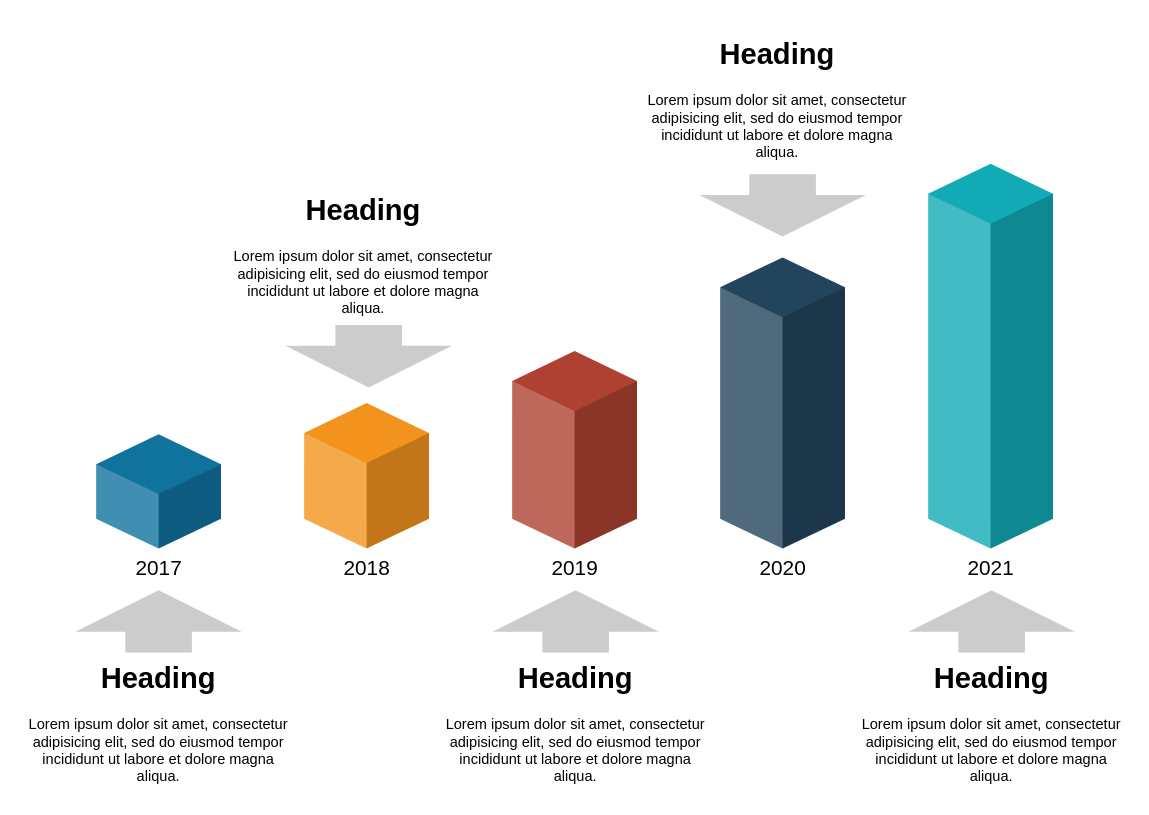
Above: 未命名绘图.drawio in xkf163/EFUploader (draw.io), before the change. Source tidied: cells renumbered, new cells numbered last; positions are measured from the earlier drawing's top-left corner, leaving out a move shared by most shapes. Both pictures are drawn from the tidied source at 104%, with x=0, y=0 at pixel (18, 28).
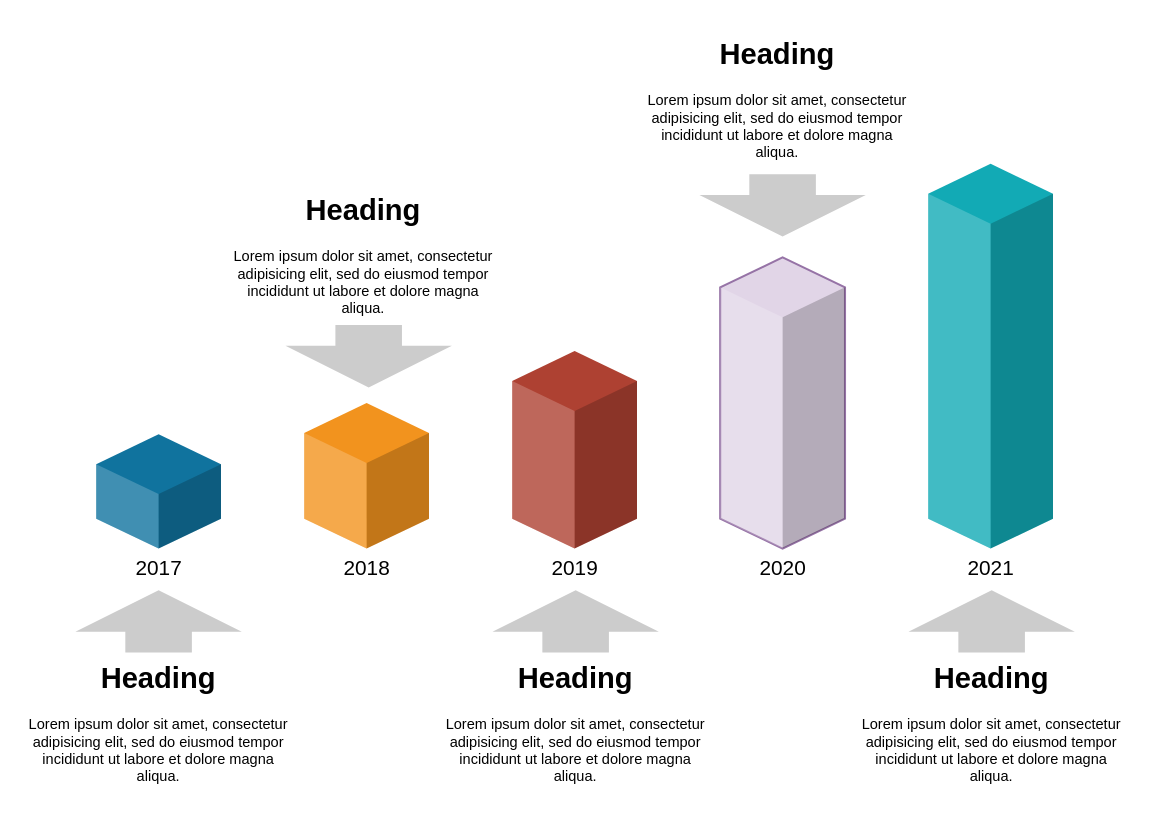
The same diagram, later.

Commit message:
更新未命名绘图.drawio

The edit, as a diff of the source:
```diff
@@
 <mxGraphModel>
   <root>
     <mxCell id="0" />
     <mxCell id="1" parent="0" />
     <mxCell id="2" style="html=1;shadow=0;dashed=0;align=center;verticalAlign=middle;shape=mxgraph.arrows2.arrow;dy=0.6;dx=40;direction=north;notch=0;strokeWidth=2;fillColor=#CCCCCC;fontSize=14;fontColor=#000000;strokeColor=none;" parent="1" vertex="1">
       <mxGeometry x="55" y="540" width="160" height="60" as="geometry" />
     </mxCell>
     <mxCell id="3" value="2017" style="verticalLabelPosition=bottom;verticalAlign=top;html=1;shape=mxgraph.infographic.shadedCube;isoAngle=15;fillColor=#10739E;strokeColor=none;fontFamily=Helvetica;fontSize=20;align=center;strokeWidth=2;" parent="1" vertex="1">
       <mxGeometry x="75" y="390" width="120" height="110" as="geometry" />
     </mxCell>
     <mxCell id="4" value="2018" style="verticalLabelPosition=bottom;verticalAlign=top;html=1;shape=mxgraph.infographic.shadedCube;isoAngle=15;fillColor=#F2931E;strokeColor=none;fontFamily=Helvetica;fontSize=20;align=center;strokeWidth=2;" parent="1" vertex="1">
       <mxGeometry x="275" y="360" width="120" height="140" as="geometry" />
     </mxCell>
     <mxCell id="5" value="2019" style="verticalLabelPosition=bottom;verticalAlign=top;html=1;shape=mxgraph.infographic.shadedCube;isoAngle=15;fillColor=#AE4132;strokeColor=none;fontFamily=Helvetica;fontSize=20;align=center;strokeWidth=2;" parent="1" vertex="1">
       <mxGeometry x="475" y="310" width="120" height="190" as="geometry" />
     </mxCell>
-    <mxCell id="6" value="2020" style="verticalLabelPosition=bottom;verticalAlign=top;html=1;shape=mxgraph.infographic.shadedCube;isoAngle=15;fillColor=#23445D;strokeColor=none;fontFamily=Helvetica;fontSize=20;align=center;strokeWidth=2;" parent="1" vertex="1">
+    <mxCell id="6" value="2020" style="verticalLabelPosition=bottom;verticalAlign=top;html=1;shape=mxgraph.infographic.shadedCube;isoAngle=15;fillColor=#e1d5e7;strokeColor=#9673a6;fontFamily=Helvetica;fontSize=20;align=center;strokeWidth=2;" parent="1" vertex="1">
       <mxGeometry x="675" y="220" width="120" height="280" as="geometry" />
     </mxCell>
     <mxCell id="7" value="2021" style="verticalLabelPosition=bottom;verticalAlign=top;html=1;shape=mxgraph.infographic.shadedCube;isoAngle=15;fillColor=#12AAB5;strokeColor=none;fontFamily=Helvetica;fontSize=20;align=center;strokeWidth=2;" parent="1" vertex="1">
       <mxGeometry x="875" y="130" width="120" height="370" as="geometry" />
     </mxCell>
     <mxCell id="8" value="&lt;h1&gt;Heading&lt;/h1&gt;&lt;p&gt;Lorem ipsum dolor sit amet, consectetur adipisicing elit, sed do eiusmod tempor incididunt ut labore et dolore magna aliqua.&lt;/p&gt;" style="text;html=1;spacing=5;spacingTop=-20;whiteSpace=wrap;overflow=hidden;strokeWidth=2;fillColor=none;gradientColor=none;fontSize=14;align=center;" parent="1" vertex="1">
       <mxGeometry y="600" width="270" height="140" as="geometry" />
     </mxCell>
     <mxCell id="9" value="&lt;h1&gt;Heading&lt;/h1&gt;&lt;p&gt;Lorem ipsum dolor sit amet, consectetur adipisicing elit, sed do eiusmod tempor incididunt ut labore et dolore magna aliqua.&lt;/p&gt;" style="text;html=1;spacing=5;spacingTop=-20;whiteSpace=wrap;overflow=hidden;strokeWidth=2;fillColor=none;gradientColor=none;fontSize=14;align=center;" parent="1" vertex="1">
       <mxGeometry x="197" y="150" width="270" height="140" as="geometry" />
     </mxCell>
     <mxCell id="10" value="&lt;h1&gt;Heading&lt;/h1&gt;&lt;p&gt;Lorem ipsum dolor sit amet, consectetur adipisicing elit, sed do eiusmod tempor incididunt ut labore et dolore magna aliqua.&lt;/p&gt;" style="text;html=1;spacing=5;spacingTop=-20;whiteSpace=wrap;overflow=hidden;strokeWidth=2;fillColor=none;gradientColor=none;fontSize=14;align=center;" parent="1" vertex="1">
       <mxGeometry x="401" y="600" width="270" height="140" as="geometry" />
     </mxCell>
     <mxCell id="11" value="&lt;h1&gt;Heading&lt;/h1&gt;&lt;p&gt;Lorem ipsum dolor sit amet, consectetur adipisicing elit, sed do eiusmod tempor incididunt ut labore et dolore magna aliqua.&lt;/p&gt;" style="text;html=1;spacing=5;spacingTop=-20;whiteSpace=wrap;overflow=hidden;strokeWidth=2;fillColor=none;gradientColor=none;fontSize=14;align=center;" parent="1" vertex="1">
       <mxGeometry x="801" y="600" width="270" height="140" as="geometry" />
     </mxCell>
     <mxCell id="12" value="&lt;h1&gt;Heading&lt;/h1&gt;&lt;p&gt;Lorem ipsum dolor sit amet, consectetur adipisicing elit, sed do eiusmod tempor incididunt ut labore et dolore magna aliqua.&lt;/p&gt;" style="text;html=1;spacing=5;spacingTop=-20;whiteSpace=wrap;overflow=hidden;strokeWidth=2;fillColor=none;gradientColor=none;fontSize=14;align=center;" parent="1" vertex="1">
       <mxGeometry x="595" width="270" height="140" as="geometry" />
     </mxCell>
     <mxCell id="13" style="html=1;shadow=0;dashed=0;align=center;verticalAlign=middle;shape=mxgraph.arrows2.arrow;dy=0.6;dx=40;direction=north;notch=0;strokeWidth=2;fillColor=#CCCCCC;fontSize=14;fontColor=#000000;strokeColor=none;" parent="1" vertex="1">
       <mxGeometry x="456" y="540" width="160" height="60" as="geometry" />
     </mxCell>
     <mxCell id="14" style="html=1;shadow=0;dashed=0;align=center;verticalAlign=middle;shape=mxgraph.arrows2.arrow;dy=0.6;dx=40;direction=north;notch=0;strokeWidth=2;fillColor=#CCCCCC;fontSize=14;fontColor=#000000;strokeColor=none;" parent="1" vertex="1">
       <mxGeometry x="856" y="540" width="160" height="60" as="geometry" />
     </mxCell>
     <mxCell id="15" style="html=1;shadow=0;dashed=0;align=center;verticalAlign=middle;shape=mxgraph.arrows2.arrow;dy=0.6;dx=40;direction=north;notch=0;strokeWidth=2;fillColor=#CCCCCC;fontSize=14;fontColor=#000000;strokeColor=none;flipV=1;" parent="1" vertex="1">
       <mxGeometry x="257" y="285" width="160" height="60" as="geometry" />
     </mxCell>
     <mxCell id="16" style="html=1;shadow=0;dashed=0;align=center;verticalAlign=middle;shape=mxgraph.arrows2.arrow;dy=0.6;dx=40;direction=north;notch=0;strokeWidth=2;fillColor=#CCCCCC;fontSize=14;fontColor=#000000;strokeColor=none;flipV=1;" parent="1" vertex="1">
       <mxGeometry x="655" y="140" width="160" height="60" as="geometry" />
     </mxCell>
   </root>
 </mxGraphModel>
```
